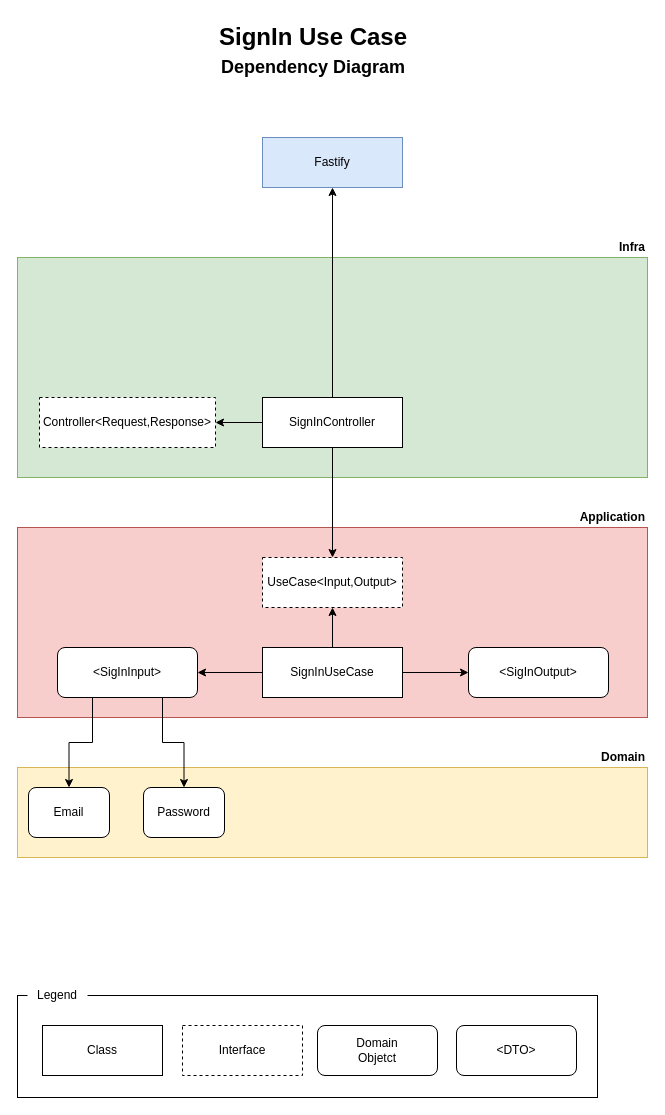
Above: page "SignInController" (2 of 6) of unifrota/docs/features/auth/auth.drawio in uespi-phb/20261-tec2 (draw.io), before the change. Source tidied: cells renumbered, new cells numbered last; positions are measured from the earlier drawing's top-left corner, leaving out a move shared by most shapes. Both pictures are drawn from the tidied source at 100%, with x=0, y=0 at pixel (17, 17).
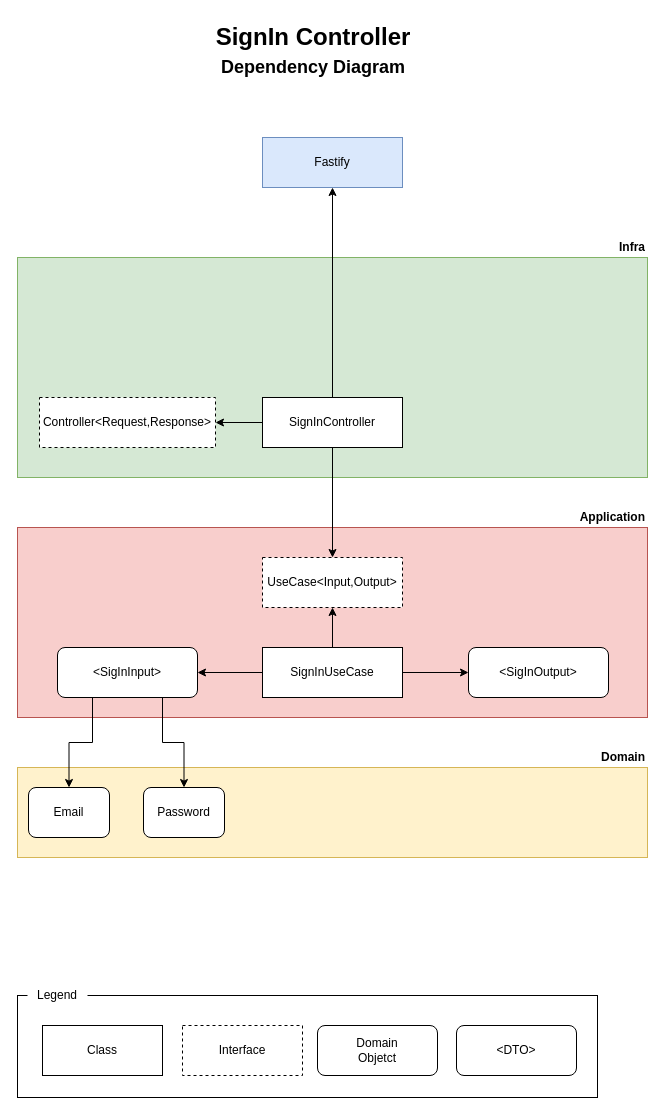
Above is the later version.

The edit, as a diff of the source:
```diff
@@
-    <mxCell id="4" value="SignIn Use Case" style="text;html=1;strokeColor=none;fillColor=none;align=center;verticalAlign=middle;whiteSpace=wrap;rounded=0;fontSize=24;fontStyle=1;" parent="1" vertex="1">
+    <mxCell id="4" value="SignIn Controller" style="text;html=1;strokeColor=none;fillColor=none;align=center;verticalAlign=middle;whiteSpace=wrap;rounded=0;fontSize=24;fontStyle=1;" parent="1" vertex="1">
       <mxGeometry x="71" width="450" height="40" as="geometry" />
     </mxCell>
```
